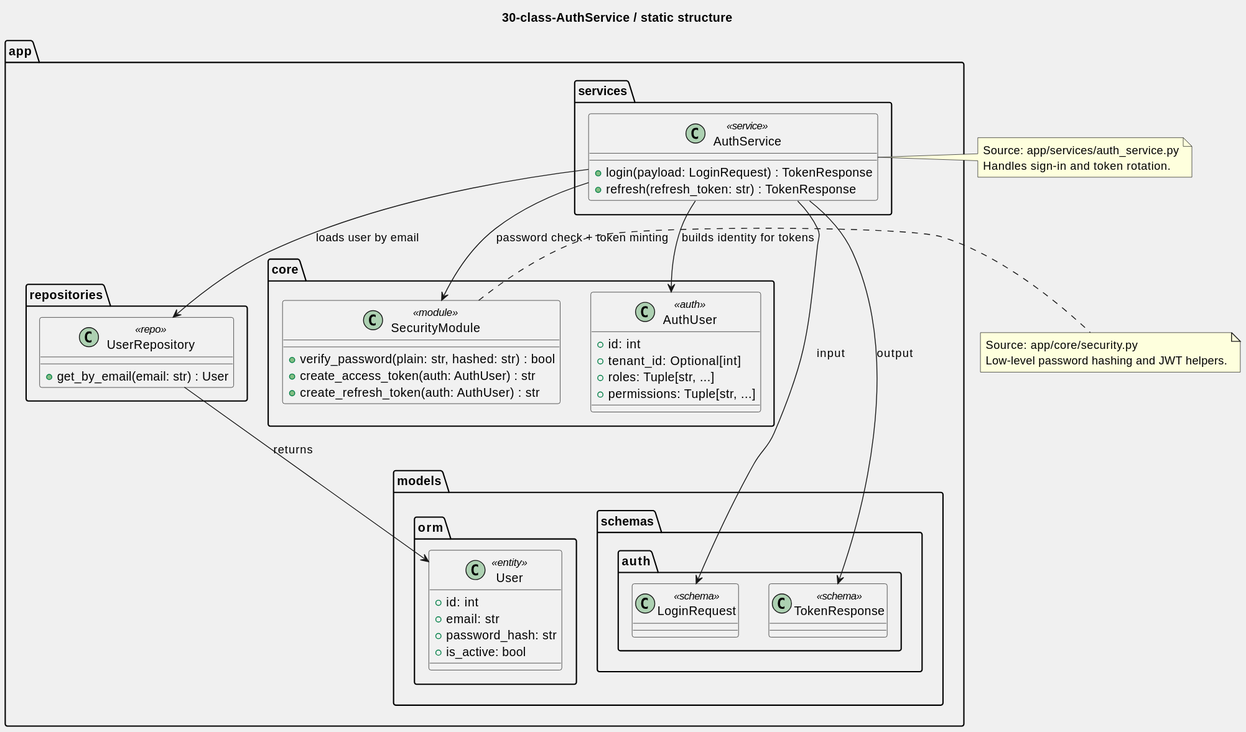
Before: architecture/30-class-AuthService.svg, a diagram exported from PlantUML (lukasijus/mlv1sion). Source of this version:
```plantuml
@startuml
title 30-class-AuthService / static structure
skinparam BackgroundColor #f0f0f0

package "app.services" {
  class AuthService <<service>> {
    + login(payload: LoginRequest) : TokenResponse
    + refresh(refresh_token: str) : TokenResponse
  }
}

package "app.repositories" {
  class UserRepository <<repo>> {
    + get_by_email(email: str) : User
  }
}

package "app.models.orm" {
  class User <<entity>> {
    + id: int
    + email: str
    + password_hash: str
    + is_active: bool
  }
}

package "app.models.schemas.auth" {
  class LoginRequest <<schema>>
  class TokenResponse <<schema>>
}

package "app.core" {
  class AuthUser <<auth>> {
    + id: int
    + tenant_id: Optional[int]
    + roles: Tuple[str, ...]
    + permissions: Tuple[str, ...]
  }

  class SecurityModule <<module>> {
    + verify_password(plain: str, hashed: str) : bool
    + create_access_token(auth: AuthUser) : str
    + create_refresh_token(auth: AuthUser) : str
  }
}

AuthService --> UserRepository : loads user by email
UserRepository --> User        : returns
AuthService --> LoginRequest   : input
AuthService --> TokenResponse  : output
AuthService --> AuthUser       : builds identity for tokens
AuthService --> SecurityModule : "password check + token minting"

note right of AuthService
Source: app/services/auth_service.py
Handles sign-in and token rotation.
end note

note right of SecurityModule
Source: app/core/security.py
Low-level password hashing and JWT helpers.
end note
@enduml
```
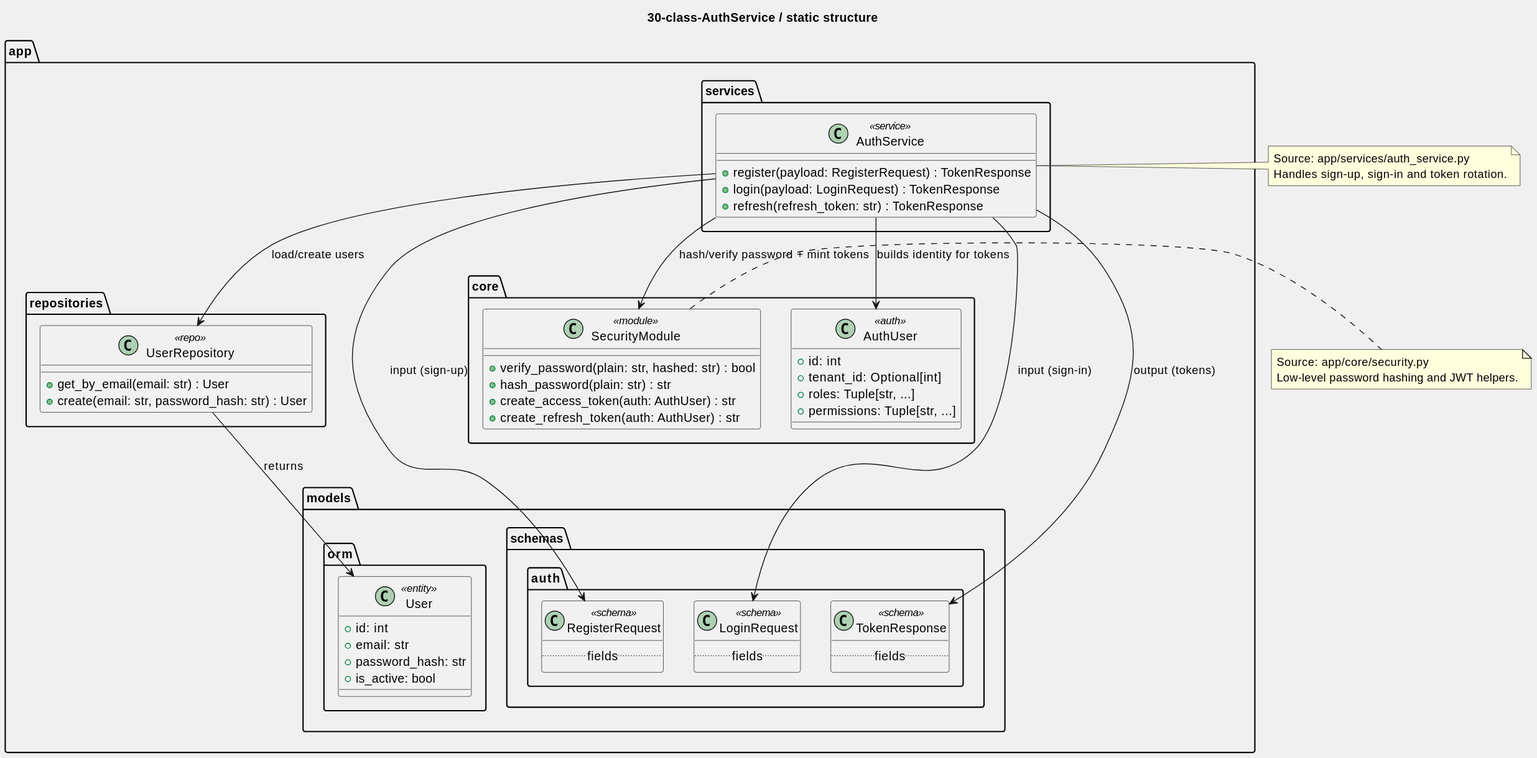
The same diagram one commit later.

What changed in the source:
```diff
@@ -4,6 +4,7 @@
 
 package "app.services" {
   class AuthService <<service>> {
+    + register(payload: RegisterRequest) : TokenResponse
     + login(payload: LoginRequest) : TokenResponse
     + refresh(refresh_token: str) : TokenResponse
   }
@@ -12,6 +13,7 @@
 package "app.repositories" {
   class UserRepository <<repo>> {
     + get_by_email(email: str) : User
+    + create(email: str, password_hash: str) : User
   }
 }
 
@@ -25,8 +27,15 @@
 }
 
 package "app.models.schemas.auth" {
-  class LoginRequest <<schema>>
-  class TokenResponse <<schema>>
+  class RegisterRequest <<schema>> {
+    ..fields..
+  }
+  class LoginRequest <<schema>> {
+    ..fields..
+  }
+  class TokenResponse <<schema>> {
+    ..fields..
+  }
 }
 
 package "app.core" {
@@ -39,21 +48,23 @@
 
   class SecurityModule <<module>> {
     + verify_password(plain: str, hashed: str) : bool
+    + hash_password(plain: str) : str
     + create_access_token(auth: AuthUser) : str
     + create_refresh_token(auth: AuthUser) : str
   }
 }
 
-AuthService --> UserRepository : loads user by email
+AuthService --> UserRepository : load/create users
 UserRepository --> User        : returns
-AuthService --> LoginRequest   : input
-AuthService --> TokenResponse  : output
-AuthService --> AuthUser       : builds identity for tokens
-AuthService --> SecurityModule : "password check + token minting"
+AuthService --> RegisterRequest : input (sign-up)
+AuthService --> LoginRequest    : input (sign-in)
+AuthService --> TokenResponse   : output (tokens)
+AuthService --> AuthUser        : builds identity for tokens
+AuthService --> SecurityModule  : "hash/verify password + mint tokens"
 
 note right of AuthService
 Source: app/services/auth_service.py
-Handles sign-in and token rotation.
+Handles sign-up, sign-in and token rotation.
 end note
 
 note right of SecurityModule
```
